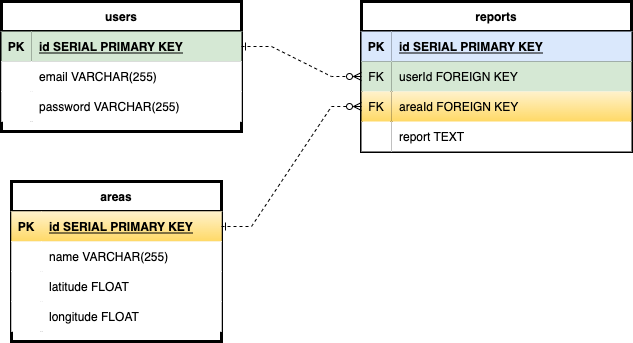
Before: ERD.drawio.png, a diagram exported from draw.io (mvanzo/P2-Dir). Source tidied: cells renumbered, new cells last; positions are measured from the earlier drawing's top-left corner, leaving out a move shared by most shapes.
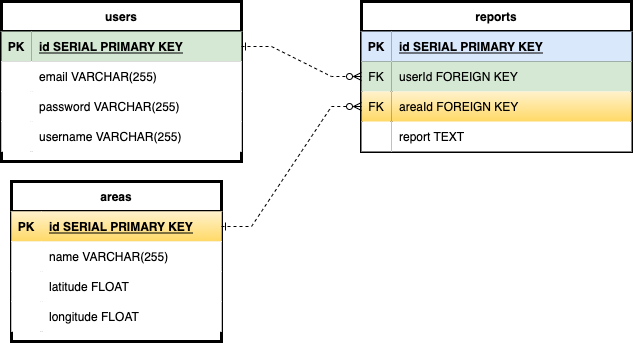
The same file after the commit.

Commit message:
Add username to users table

The edit, as a diff of the source:
```diff
@@ -3,7 +3,7 @@
     <mxCell id="0" />
     <mxCell id="1" parent="0" />
     <mxCell id="2" value="users" style="shape=table;startSize=30;rowLines=0;fontStyle=1;align=center;strokeWidth=3;perimeterSpacing=0;" parent="1" vertex="1">
-      <mxGeometry width="240" height="130" as="geometry" />
+      <mxGeometry width="240" height="160" as="geometry" />
     </mxCell>
     <mxCell id="3" style="shape=tableRow;horizontal=0;startSize=0;swimlaneHead=0;swimlaneBody=0;fillColor=none;points=[[0,0.5],[1,0.5]];portConstraint=eastwest;top=0;left=0;right=0;bottom=1;" parent="2" vertex="1">
       <mxGeometry y="30" width="240" height="30" as="geometry" />
@@ -32,6 +32,15 @@
     <mxCell id="11" value="password VARCHAR(255)" style="shape=partialRectangle;top=0;left=0;bottom=0;right=0;align=left;spacingLeft=6;overflow=hidden;" parent="9" vertex="1">
       <mxGeometry x="30" width="210" height="30" as="geometry" />
     </mxCell>
+    <mxCell id="40" style="shape=tableRow;horizontal=0;startSize=0;swimlaneHead=0;swimlaneBody=0;top=0;left=0;right=0;bottom=0;" parent="2" vertex="1">
+      <mxGeometry y="120" width="240" height="30" as="geometry" />
+    </mxCell>
+    <mxCell id="41" style="shape=partialRectangle;top=0;left=0;bottom=0;right=0;overflow=hidden;" parent="40" vertex="1">
+      <mxGeometry width="30" height="30" as="geometry" />
+    </mxCell>
+    <mxCell id="42" value="username VARCHAR(255)" style="shape=partialRectangle;top=0;left=0;bottom=0;right=0;align=left;spacingLeft=6;overflow=hidden;" parent="40" vertex="1">
+      <mxGeometry x="30" width="210" height="30" as="geometry" />
+    </mxCell>
     <mxCell id="12" value="areas" style="shape=table;startSize=30;rowLines=0;fontStyle=1;align=center;strokeWidth=3;" parent="1" vertex="1">
       <mxGeometry x="10" y="180" width="210" height="160" as="geometry" />
     </mxCell>
```
